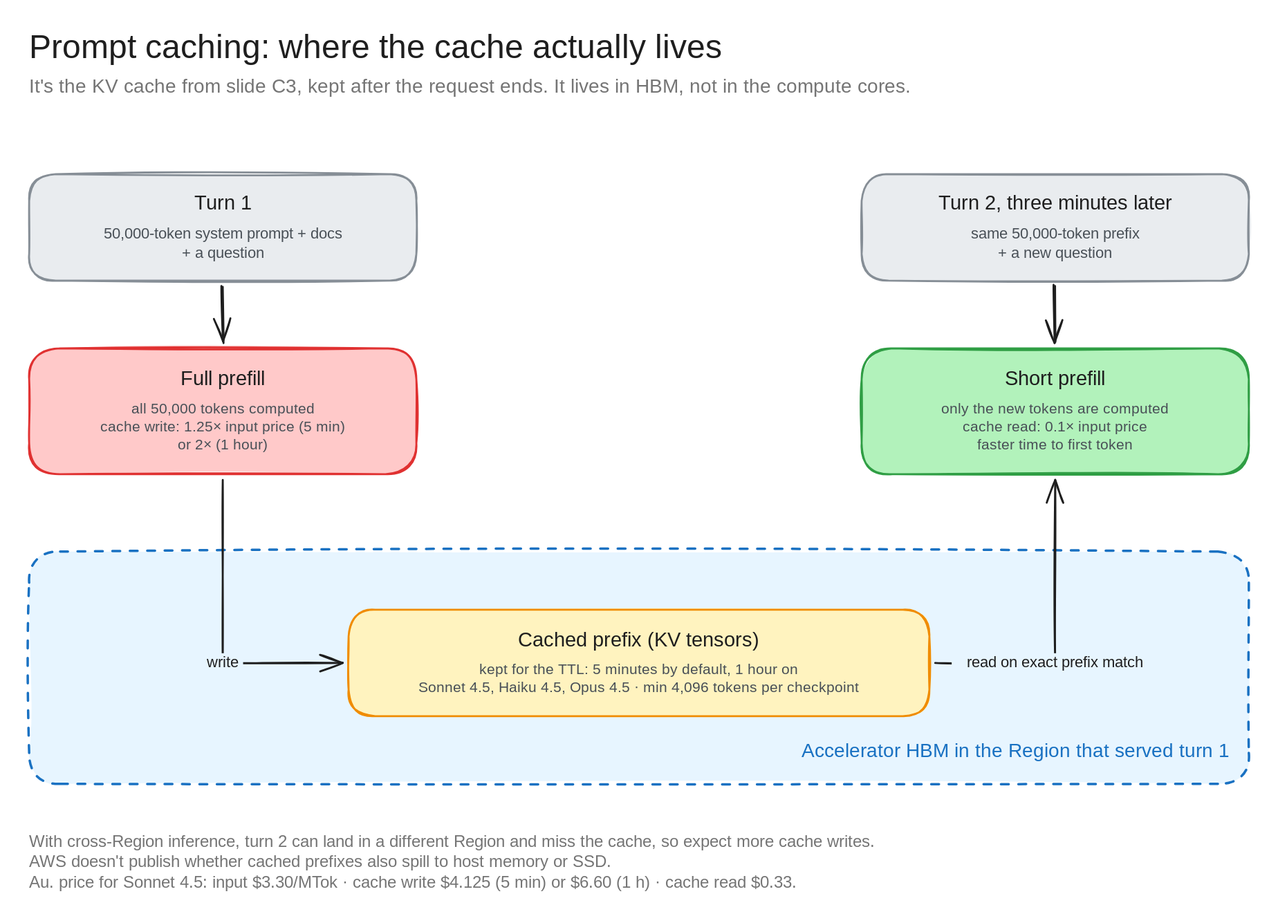
Above: architecture-diagrams/claude-anz-infra-excalidraw/diagrams/c4-prompt-caching.excalidraw.svg in bsnehanshu/slides (Excalidraw), before the change. Source tidied: one line per element, renumbered; positions are measured from the earlier drawing's top-left corner, leaving out a move shared by most shapes. Source of this version:
```json
{"id": 0, "type": "text", "text": "Prompt caching: where the cache actually lives", "strokeColor": "#1e1e1e", "strokeWidth": 2, "roughness": 1, "fontSize": 34, "fontFamily": 5, "x": 0, "y": 0, "width": 767, "height": 42}
{"id": 1, "type": "text", "text": "It's the KV cache from slide C3, kept after the request ends. It lives in HBM, not in the compute cores.", "strokeColor": "#757575", "strokeWidth": 2, "roughness": 1, "fontSize": 20, "fontFamily": 5, "x": 0, "y": 48, "width": 1021, "height": 25}
{"id": 2, "type": "rectangle", "strokeColor": "#868e96", "backgroundColor": "#e9ecef", "fillStyle": "solid", "strokeWidth": 2, "roughness": 1, "round": true, "x": 0, "y": 150, "width": 400, "height": 110}
{"id": 3, "type": "text", "text": "Turn 1", "strokeColor": "#1e1e1e", "strokeWidth": 2, "roughness": 1, "fontSize": 21, "fontFamily": 5, "textAlign": "center", "x": 166, "y": 168, "width": 68, "height": 26}
{"id": 4, "type": "text", "text": "50,000-token system prompt + docs\n+ a question", "strokeColor": "#495057", "strokeWidth": 2, "roughness": 1, "fontSize": 16, "fontFamily": 5, "textAlign": "center", "x": 57, "y": 202, "width": 286, "height": 40}
{"id": 5, "type": "rectangle", "strokeColor": "#e03131", "backgroundColor": "#ffc9c9", "fillStyle": "solid", "strokeWidth": 2, "roughness": 1, "round": true, "x": 0, "y": 330, "width": 400, "height": 130}
{"id": 6, "type": "text", "text": "Full prefill", "strokeColor": "#1e1e1e", "strokeWidth": 2, "roughness": 1, "fontSize": 21, "fontFamily": 5, "textAlign": "center", "x": 149, "y": 350, "width": 102, "height": 26}
{"id": 7, "type": "text", "text": "all 50,000 tokens computed\ncache write: 1.25× input price (5 min)\nor 2× (1 hour)", "strokeColor": "#495057", "strokeWidth": 2, "roughness": 1, "fontSize": 15, "fontFamily": 5, "textAlign": "center", "x": 64, "y": 384, "width": 272, "height": 56}
{"id": 8, "type": "rectangle", "strokeColor": "#868e96", "backgroundColor": "#e9ecef", "fillStyle": "solid", "strokeWidth": 2, "roughness": 1, "round": true, "x": 860, "y": 150, "width": 400, "height": 110}
{"id": 9, "type": "text", "text": "Turn 2, three minutes later", "strokeColor": "#1e1e1e", "strokeWidth": 2, "roughness": 1, "fontSize": 21, "fontFamily": 5, "textAlign": "center", "x": 919, "y": 168, "width": 282, "height": 26}
{"id": 10, "type": "text", "text": "same 50,000-token prefix\n+ a new question", "strokeColor": "#495057", "strokeWidth": 2, "roughness": 1, "fontSize": 16, "fontFamily": 5, "textAlign": "center", "x": 958, "y": 202, "width": 204, "height": 40}
{"id": 11, "type": "rectangle", "strokeColor": "#2f9e44", "backgroundColor": "#b2f2bb", "fillStyle": "solid", "strokeWidth": 2, "roughness": 1, "round": true, "x": 860, "y": 330, "width": 400, "height": 130}
{"id": 12, "type": "text", "text": "Short prefill", "strokeColor": "#1e1e1e", "strokeWidth": 2, "roughness": 1, "fontSize": 21, "fontFamily": 5, "textAlign": "center", "x": 998, "y": 350, "width": 125, "height": 26}
{"id": 13, "type": "text", "text": "only the new tokens are computed\ncache read: 0.1× input price\nfaster time to first token", "strokeColor": "#495057", "strokeWidth": 2, "roughness": 1, "fontSize": 15, "fontFamily": 5, "textAlign": "center", "x": 934, "y": 384, "width": 252, "height": 56}
{"id": 14, "type": "rectangle", "strokeColor": "#1971c2", "backgroundColor": "#e7f5ff", "fillStyle": "solid", "strokeWidth": 2, "strokeStyle": "dashed", "roughness": 1, "round": true, "x": 0, "y": 540, "width": 1260, "height": 240}
{"id": 15, "type": "text", "text": "Accelerator HBM in the Region that served turn 1", "strokeColor": "#1971c2", "strokeWidth": 2, "roughness": 1, "fontSize": 20, "fontFamily": 5, "textAlign": "right", "x": 752, "y": 735, "width": 488, "height": 25}
{"id": 16, "type": "rectangle", "strokeColor": "#f08c00", "backgroundColor": "#fff3bf", "fillStyle": "solid", "strokeWidth": 2, "roughness": 1, "round": true, "x": 330, "y": 600, "width": 600, "height": 110}
{"id": 17, "type": "text", "text": "Cached prefix (KV tensors)", "strokeColor": "#1e1e1e", "strokeWidth": 2, "roughness": 1, "fontSize": 21, "fontFamily": 5, "textAlign": "center", "x": 490, "y": 619, "width": 279, "height": 26}
{"id": 18, "type": "text", "text": "kept for the TTL: 5 minutes by default, 1 hour on\nSonnet 4.5, Haiku 4.5, Opus 4.5 · min 4,096 tokens per checkpoint", "strokeColor": "#495057", "strokeWidth": 2, "roughness": 1, "fontSize": 15, "fontFamily": 5, "textAlign": "center", "x": 390, "y": 653, "width": 480, "height": 38}
{"id": 19, "type": "arrow", "strokeColor": "#1e1e1e", "strokeWidth": 2, "roughness": 1, "endArrowhead": "arrow", "round": true, "from": 2, "to": 5, "x": 200, "y": 266, "width": 0, "height": 58, "points": [[0, 0], [0, 58]]}
{"id": 20, "type": "arrow", "strokeColor": "#1e1e1e", "strokeWidth": 2, "roughness": 1, "endArrowhead": "arrow", "round": true, "from": 8, "to": 11, "x": 1060, "y": 266, "width": 0, "height": 58, "points": [[0, 0], [0, 58]]}
{"id": 21, "type": "arrow", "strokeColor": "#1e1e1e", "strokeWidth": 2, "roughness": 1, "endArrowhead": "arrow", "from": 5, "to": 16, "x": 200, "y": 466, "width": 124, "height": 189, "points": [[0, 0], [0, 189], [124, 189]]}
{"id": 22, "type": "text", "text": "write", "strokeColor": "#1e1e1e", "strokeWidth": 2, "roughness": 1, "fontSize": 16, "fontFamily": 5, "textAlign": "center", "verticalAlign": "middle", "inside": 21, "x": 179, "y": 612, "width": 42, "height": 20}
{"id": 23, "type": "arrow", "strokeColor": "#1e1e1e", "strokeWidth": 2, "roughness": 1, "endArrowhead": "arrow", "from": 16, "to": 11, "x": 936, "y": 655, "width": 124, "height": 189, "points": [[0, 0], [124, 0], [124, -189]]}
{"id": 24, "type": "text", "text": "read on exact prefix match", "strokeColor": "#1e1e1e", "strokeWidth": 2, "roughness": 1, "fontSize": 16, "fontFamily": 5, "textAlign": "center", "verticalAlign": "middle", "inside": 23, "x": 953, "y": 612, "width": 214, "height": 20}
{"id": 25, "type": "text", "text": "With cross-Region inference, turn 2 can land in a different Region and miss the cache, so expect more cache writes.\nAWS doesn't publish whether cached prefixes also spill to host memory or SSD.\nAu. price for Sonnet 4.5: input $3.30/MTok · cache write $4.125 (5 min) or $6.60 (1 h) · cache read $0.33.", "strokeColor": "#757575", "strokeWidth": 2, "roughness": 1, "fontSize": 17, "fontFamily": 5, "x": 0, "y": 830, "width": 963, "height": 64}
```
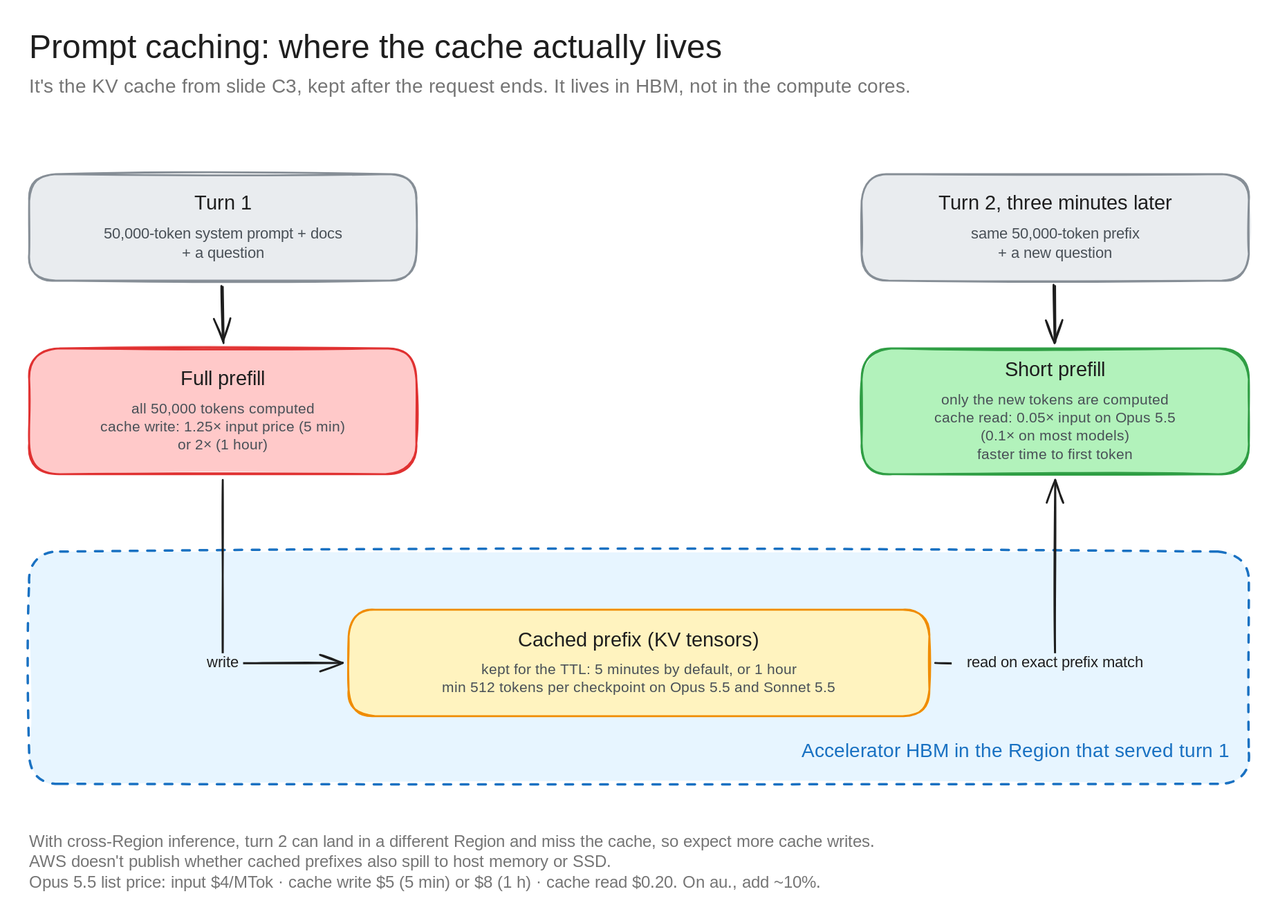
Above is the later version.

Change to the diagram source:
```diff
@@ -10,17 +10,17 @@
 {"id": 9, "type": "text", "text": "Turn 2, three minutes later", "strokeColor": "#1e1e1e", "strokeWidth": 2, "roughness": 1, "fontSize": 21, "fontFamily": 5, "textAlign": "center", "x": 919, "y": 168, "width": 282, "height": 26}
 {"id": 10, "type": "text", "text": "same 50,000-token prefix\n+ a new question", "strokeColor": "#495057", "strokeWidth": 2, "roughness": 1, "fontSize": 16, "fontFamily": 5, "textAlign": "center", "x": 958, "y": 202, "width": 204, "height": 40}
 {"id": 11, "type": "rectangle", "strokeColor": "#2f9e44", "backgroundColor": "#b2f2bb", "fillStyle": "solid", "strokeWidth": 2, "roughness": 1, "round": true, "x": 860, "y": 330, "width": 400, "height": 130}
-{"id": 12, "type": "text", "text": "Short prefill", "strokeColor": "#1e1e1e", "strokeWidth": 2, "roughness": 1, "fontSize": 21, "fontFamily": 5, "textAlign": "center", "x": 998, "y": 350, "width": 125, "height": 26}
+{"id": 12, "type": "text", "text": "Short prefill", "strokeColor": "#1e1e1e", "strokeWidth": 2, "roughness": 1, "fontSize": 21, "fontFamily": 5, "textAlign": "center", "x": 998, "y": 340, "width": 125, "height": 26}
-{"id": 13, "type": "text", "text": "only the new tokens are computed\ncache read: 0.1× input price\nfaster time to first token", "strokeColor": "#495057", "strokeWidth": 2, "roughness": 1, "fontSize": 15, "fontFamily": 5, "textAlign": "center", "x": 934, "y": 384, "width": 252, "height": 56}
+{"id": 13, "type": "text", "text": "only the new tokens are computed\ncache read: 0.05× input on Opus 5.5\n(0.1× on most models)\nfaster time to first token", "strokeColor": "#495057", "strokeWidth": 2, "roughness": 1, "fontSize": 15, "fontFamily": 5, "textAlign": "center", "x": 926, "y": 375, "width": 267, "height": 75}
 {"id": 14, "type": "rectangle", "strokeColor": "#1971c2", "backgroundColor": "#e7f5ff", "fillStyle": "solid", "strokeWidth": 2, "strokeStyle": "dashed", "roughness": 1, "round": true, "x": 0, "y": 540, "width": 1260, "height": 240}
 {"id": 15, "type": "text", "text": "Accelerator HBM in the Region that served turn 1", "strokeColor": "#1971c2", "strokeWidth": 2, "roughness": 1, "fontSize": 20, "fontFamily": 5, "textAlign": "right", "x": 752, "y": 735, "width": 488, "height": 25}
 {"id": 16, "type": "rectangle", "strokeColor": "#f08c00", "backgroundColor": "#fff3bf", "fillStyle": "solid", "strokeWidth": 2, "roughness": 1, "round": true, "x": 330, "y": 600, "width": 600, "height": 110}
 {"id": 17, "type": "text", "text": "Cached prefix (KV tensors)", "strokeColor": "#1e1e1e", "strokeWidth": 2, "roughness": 1, "fontSize": 21, "fontFamily": 5, "textAlign": "center", "x": 490, "y": 619, "width": 279, "height": 26}
-{"id": 18, "type": "text", "text": "kept for the TTL: 5 minutes by default, 1 hour on\nSonnet 4.5, Haiku 4.5, Opus 4.5 · min 4,096 tokens per checkpoint", "strokeColor": "#495057", "strokeWidth": 2, "roughness": 1, "fontSize": 15, "fontFamily": 5, "textAlign": "center", "x": 390, "y": 653, "width": 480, "height": 38}
+{"id": 18, "type": "text", "text": "kept for the TTL: 5 minutes by default, or 1 hour\nmin 512 tokens per checkpoint on Opus 5.5 and Sonnet 5.5", "strokeColor": "#495057", "strokeWidth": 2, "roughness": 1, "fontSize": 15, "fontFamily": 5, "textAlign": "center", "x": 414, "y": 653, "width": 432, "height": 38}
 {"id": 19, "type": "arrow", "strokeColor": "#1e1e1e", "strokeWidth": 2, "roughness": 1, "endArrowhead": "arrow", "round": true, "from": 2, "to": 5, "x": 200, "y": 266, "width": 0, "height": 58, "points": [[0, 0], [0, 58]]}
 {"id": 20, "type": "arrow", "strokeColor": "#1e1e1e", "strokeWidth": 2, "roughness": 1, "endArrowhead": "arrow", "round": true, "from": 8, "to": 11, "x": 1060, "y": 266, "width": 0, "height": 58, "points": [[0, 0], [0, 58]]}
 {"id": 21, "type": "arrow", "strokeColor": "#1e1e1e", "strokeWidth": 2, "roughness": 1, "endArrowhead": "arrow", "from": 5, "to": 16, "x": 200, "y": 466, "width": 124, "height": 189, "points": [[0, 0], [0, 189], [124, 189]]}
 {"id": 22, "type": "text", "text": "write", "strokeColor": "#1e1e1e", "strokeWidth": 2, "roughness": 1, "fontSize": 16, "fontFamily": 5, "textAlign": "center", "verticalAlign": "middle", "inside": 21, "x": 179, "y": 612, "width": 42, "height": 20}
 {"id": 23, "type": "arrow", "strokeColor": "#1e1e1e", "strokeWidth": 2, "roughness": 1, "endArrowhead": "arrow", "from": 16, "to": 11, "x": 936, "y": 655, "width": 124, "height": 189, "points": [[0, 0], [124, 0], [124, -189]]}
 {"id": 24, "type": "text", "text": "read on exact prefix match", "strokeColor": "#1e1e1e", "strokeWidth": 2, "roughness": 1, "fontSize": 16, "fontFamily": 5, "textAlign": "center", "verticalAlign": "middle", "inside": 23, "x": 953, "y": 612, "width": 214, "height": 20}
-{"id": 25, "type": "text", "text": "With cross-Region inference, turn 2 can land in a different Region and miss the cache, so expect more cache writes.\nAWS doesn't publish whether cached prefixes also spill to host memory or SSD.\nAu. price for Sonnet 4.5: input $3.30/MTok · cache write $4.125 (5 min) or $6.60 (1 h) · cache read $0.33.", "strokeColor": "#757575", "strokeWidth": 2, "roughness": 1, "fontSize": 17, "fontFamily": 5, "x": 0, "y": 830, "width": 963, "height": 64}
+{"id": 25, "type": "text", "text": "With cross-Region inference, turn 2 can land in a different Region and miss the cache, so expect more cache writes.\nAWS doesn't publish whether cached prefixes also spill to host memory or SSD.\nOpus 5.5 list price: input $4/MTok · cache write $5 (5 min) or $8 (1 h) · cache read $0.20. On au., add ~10%.", "strokeColor": "#757575", "strokeWidth": 2, "roughness": 1, "fontSize": 17, "fontFamily": 5, "x": 0, "y": 830, "width": 963, "height": 64}
```
